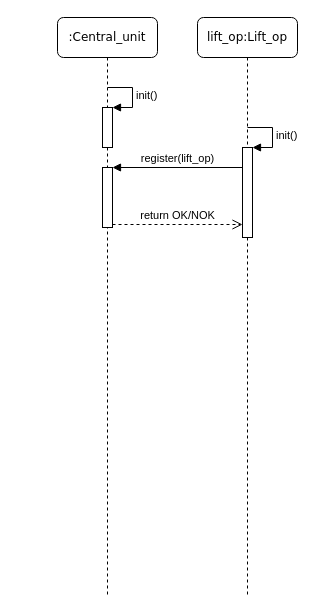
Earlier version of the draw.io diagram doc/diagrams/src/Lift op register.drawio (AUT-Hard-Ski-Paradise/.github). Source tidied: cells renumbered, new cells numbered last; positions are measured from the earlier drawing's top-left corner, leaving out a move shared by most shapes. Both pictures are drawn from the tidied source at 100%, with x=0, y=0 at pixel (57, 17).
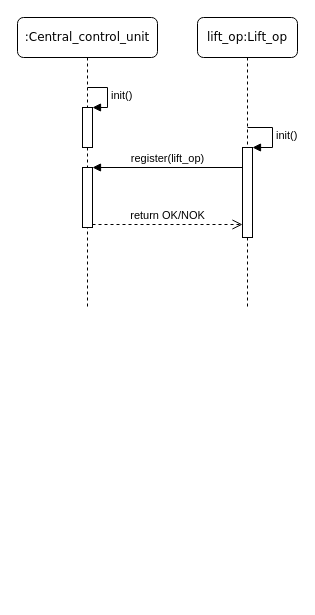
After the change.

Change to the diagram source:
```diff
@@
 <mxGraphModel>
   <root>
     <mxCell id="0" />
     <mxCell id="1" parent="0" />
     <mxCell id="2" value="lift_op:Lift_op" style="shape=umlLifeline;perimeter=lifelinePerimeter;whiteSpace=wrap;html=1;rounded=1;shadow=0;comic=0;labelBackgroundColor=none;strokeWidth=1;fontFamily=Verdana;fontSize=12;align=center;" parent="1" vertex="1">
-      <mxGeometry x="140" width="100" height="580" as="geometry" />
+      <mxGeometry x="140" width="100" height="290" as="geometry" />
     </mxCell>
     <mxCell id="3" style="html=1;points=[];perimeter=orthogonalPerimeter;" parent="2" vertex="1">
       <mxGeometry x="45" y="130" width="10" height="90" as="geometry" />
     </mxCell>
     <mxCell id="4" value="init()" style="edgeStyle=orthogonalEdgeStyle;html=1;align=left;spacingLeft=2;endArrow=block;rounded=0;entryX=1;entryY=0;" parent="2" edge="1" target="3">
       <mxGeometry relative="1" as="geometry">
         <mxPoint x="50" y="110" as="sourcePoint" />
         <Array as="points">
           <mxPoint x="75" y="110" />
         </Array>
       </mxGeometry>
     </mxCell>
-    <mxCell id="5" value=":Central_unit" style="shape=umlLifeline;perimeter=lifelinePerimeter;whiteSpace=wrap;html=1;rounded=1;shadow=0;comic=0;labelBackgroundColor=none;strokeWidth=1;fontFamily=Verdana;fontSize=12;align=center;" parent="1" vertex="1">
-      <mxGeometry width="100" height="580" as="geometry" />
+    <mxCell id="5" value=":Central_control_unit" style="shape=umlLifeline;perimeter=lifelinePerimeter;whiteSpace=wrap;html=1;rounded=1;shadow=0;comic=0;labelBackgroundColor=none;strokeWidth=1;fontFamily=Verdana;fontSize=12;align=center;" parent="1" vertex="1">
+      <mxGeometry x="-40" width="140" height="290" as="geometry" />
     </mxCell>
     <mxCell id="6" style="html=1;points=[];perimeter=orthogonalPerimeter;" parent="5" vertex="1">
-      <mxGeometry x="45" y="90" width="10" height="40" as="geometry" />
+      <mxGeometry x="65" y="90" width="10" height="40" as="geometry" />
     </mxCell>
     <mxCell id="7" value="init()" style="edgeStyle=orthogonalEdgeStyle;html=1;align=left;spacingLeft=2;endArrow=block;rounded=0;entryX=1;entryY=0;" parent="5" edge="1" target="6">
       <mxGeometry relative="1" as="geometry">
-        <mxPoint x="50" y="70" as="sourcePoint" />
+        <mxPoint x="70" y="70" as="sourcePoint" />
         <Array as="points">
-          <mxPoint x="75" y="70" />
+          <mxPoint x="90" y="70" />
+          <mxPoint x="90" y="90" />
         </Array>
       </mxGeometry>
     </mxCell>
     <mxCell id="8" style="html=1;points=[];perimeter=orthogonalPerimeter;" parent="5" vertex="1">
-      <mxGeometry x="45" y="150" width="10" height="60" as="geometry" />
+      <mxGeometry x="65" y="150" width="10" height="60" as="geometry" />
     </mxCell>
     <mxCell id="9" value="register(lift_op)" style="html=1;verticalAlign=bottom;endArrow=block;entryX=1;entryY=0;rounded=0;" parent="1" edge="1" source="3" target="8">
       <mxGeometry relative="1" as="geometry" />
     </mxCell>
     <mxCell id="10" value="return OK/NOK" style="html=1;verticalAlign=bottom;endArrow=open;dashed=1;endSize=8;exitX=1;exitY=0.95;rounded=0;" parent="1" edge="1" source="8" target="3">
       <mxGeometry relative="1" as="geometry" />
     </mxCell>
   </root>
 </mxGraphModel>
```
